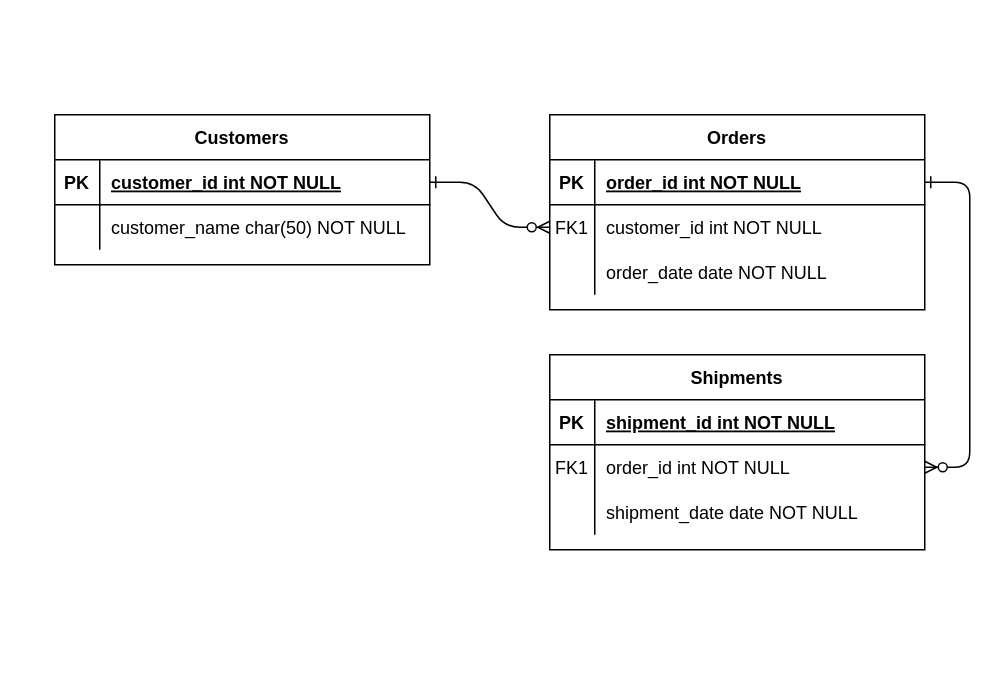
The draw.io diagram Untitled Diagram.drawio in ifffShang/5800-hw2, before the edit. Source tidied: cells renumbered, new cells numbered last; positions are measured from the earlier drawing's top-left corner, leaving out a move shared by most shapes. Both pictures are drawn from the tidied source at 150%, with x=0, y=0 at pixel (54, 114).
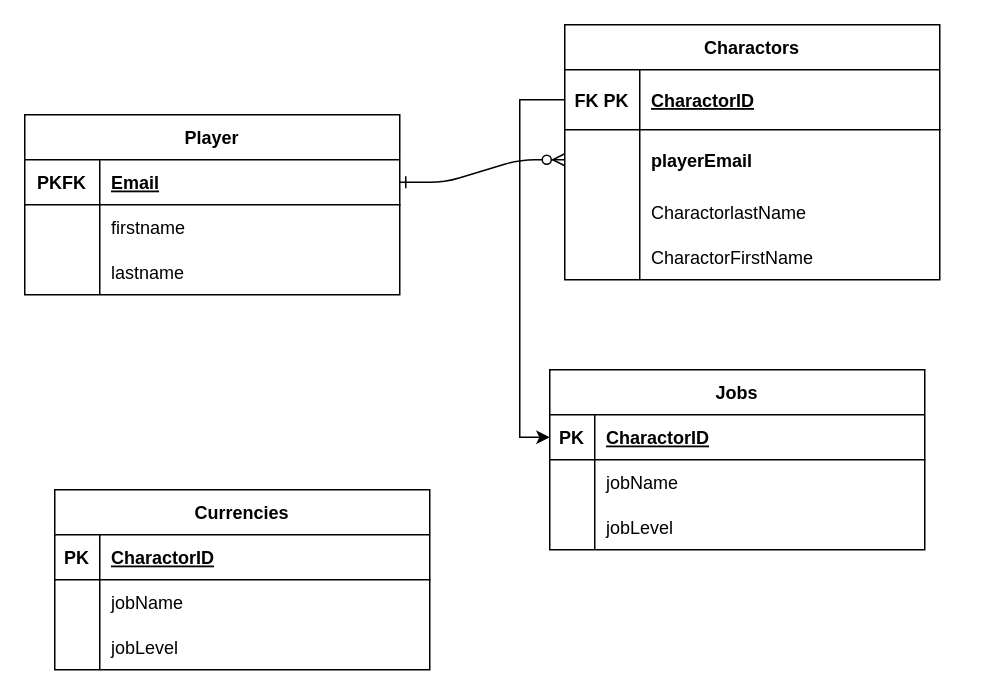
The same diagram, later.

The change refers to these unchanged cells:
```xml
<mxCell id="15" style="shape=partialRectangle;fillColor=none;points=[[0,0.5],[1,0.5]];portConstraint=eastwest;top=0;left=0;right=0;bottom=1;" parent="14" vertex="1">
  <mxGeometry y="30" width="250" height="30" as="geometry" />
</mxCell>
<mxCell id="18" style="shape=partialRectangle;fillColor=none;points=[[0,0.5],[1,0.5]];portConstraint=eastwest;top=0;left=0;right=0;bottom=0;" parent="14" vertex="1">
  <mxGeometry y="60" width="250" height="30" as="geometry" />
</mxCell>
<mxCell id="21" style="shape=partialRectangle;fillColor=none;top=0;left=0;right=0;bottom=0;" parent="14" vertex="1">
  <mxGeometry y="90" width="250" height="30" as="geometry" />
</mxCell>
<mxCell id="25" style="shape=partialRectangle;fillColor=none;points=[[0,0.5],[1,0.5]];portConstraint=eastwest;top=0;left=0;right=0;bottom=1;" parent="24" vertex="1">
  <mxGeometry y="30" width="250" height="30" as="geometry" />
</mxCell>
<mxCell id="28" style="shape=partialRectangle;fillColor=none;top=0;left=0;right=0;bottom=0;" parent="24" vertex="1">
  <mxGeometry y="60" width="250" height="30" as="geometry" />
</mxCell>
```

What changed in the source:
```diff
@@
-    <mxCell id="2" style="edgeStyle=entityRelationEdgeStyle;endArrow=ERzeroToMany;startArrow=ERone;endFill=1;startFill=0;" parent="1" edge="1" source="25" target="8">
+    <mxCell id="2" style="edgeStyle=entityRelationEdgeStyle;endArrow=ERzeroToMany;startArrow=ERone;endFill=1;startFill=0;entryX=0;entryY=0.5;entryDx=0;entryDy=0;" parent="1" edge="1" source="25" target="8">
       <mxGeometry relative="1" as="geometry" />
     </mxCell>
-    <mxCell id="3" style="edgeStyle=entityRelationEdgeStyle;endArrow=ERzeroToMany;startArrow=ERone;endFill=1;startFill=0;" parent="1" edge="1" source="5" target="18">
-      <mxGeometry relative="1" as="geometry" />
-    </mxCell>
-    <mxCell id="4" value="Orders" style="shape=table;startSize=30;childLayout=tableLayout;rowLines=0;fontStyle=1;align=center;" parent="1" vertex="1">
-      <mxGeometry x="330" width="250" height="130" as="geometry" />
+    <mxCell id="4" value="Charactors" style="shape=table;startSize=30;childLayout=tableLayout;rowLines=0;fontStyle=1;align=center;" parent="1" vertex="1">
+      <mxGeometry x="340" y="-60" width="250" height="170" as="geometry" />
     </mxCell>
     <mxCell id="5" style="shape=partialRectangle;fillColor=none;points=[[0,0.5],[1,0.5]];portConstraint=eastwest;top=0;left=0;right=0;bottom=1;" parent="4" vertex="1">
-      <mxGeometry y="30" width="250" height="30" as="geometry" />
+      <mxGeometry y="30" width="250" height="40" as="geometry" />
     </mxCell>
-    <mxCell id="6" value="PK" style="shape=partialRectangle;overflow=hidden;fillColor=none;top=0;left=0;bottom=0;right=0;fontStyle=1;" parent="5" vertex="1">
-      <mxGeometry width="30" height="30" as="geometry" />
+    <mxCell id="6" value="FK PK" style="shape=partialRectangle;overflow=hidden;fillColor=none;top=0;left=0;bottom=0;right=0;fontStyle=1;" parent="5" vertex="1">
+      <mxGeometry width="50" height="40" as="geometry" />
     </mxCell>
-    <mxCell id="7" value="order_id int NOT NULL " style="shape=partialRectangle;overflow=hidden;fillColor=none;top=0;left=0;bottom=0;right=0;align=left;spacingLeft=6;fontStyle=5;" parent="5" vertex="1">
-      <mxGeometry x="30" width="220" height="30" as="geometry" />
+    <mxCell id="7" value="CharactorID" style="shape=partialRectangle;overflow=hidden;fillColor=none;top=0;left=0;bottom=0;right=0;align=left;spacingLeft=6;fontStyle=5;" parent="5" vertex="1">
+      <mxGeometry x="50" width="200" height="40" as="geometry" />
     </mxCell>
     <mxCell id="8" style="shape=partialRectangle;fillColor=none;points=[[0,0.5],[1,0.5]];portConstraint=eastwest;top=0;left=0;right=0;bottom=0;" parent="4" vertex="1">
-      <mxGeometry y="60" width="250" height="30" as="geometry" />
+      <mxGeometry y="70" width="250" height="40" as="geometry" />
     </mxCell>
-    <mxCell id="9" value="FK1" style="shape=partialRectangle;overflow=hidden;fillColor=none;top=0;left=0;bottom=0;right=0;" parent="8" vertex="1">
-      <mxGeometry width="30" height="30" as="geometry" />
+    <mxCell id="9" style="shape=partialRectangle;overflow=hidden;fillColor=none;top=0;left=0;bottom=0;right=0;fontStyle=1;" parent="8" vertex="1">
+      <mxGeometry width="50" height="40" as="geometry" />
     </mxCell>
-    <mxCell id="10" value="customer_id int NOT NULL" style="shape=partialRectangle;overflow=hidden;fillColor=none;top=0;left=0;bottom=0;right=0;align=left;spacingLeft=6;" parent="8" vertex="1">
-      <mxGeometry x="30" width="220" height="30" as="geometry" />
+    <mxCell id="10" value="playerEmail" style="shape=partialRectangle;overflow=hidden;fillColor=none;top=0;left=0;bottom=0;right=0;align=left;spacingLeft=6;labelBorderColor=none;fontStyle=1;perimeterSpacing=2;" parent="8" vertex="1">
+      <mxGeometry x="50" width="200" height="40" as="geometry" />
     </mxCell>
     <mxCell id="11" style="shape=partialRectangle;fillColor=none;top=0;left=0;right=0;bottom=0;" parent="4" vertex="1">
-      <mxGeometry y="90" width="250" height="30" as="geometry" />
+      <mxGeometry y="110" width="250" height="30" as="geometry" />
     </mxCell>
     <mxCell id="12" style="shape=partialRectangle;overflow=hidden;fillColor=none;top=0;left=0;bottom=0;right=0;" parent="11" vertex="1">
-      <mxGeometry width="30" height="30" as="geometry" />
+      <mxGeometry width="50" height="30" as="geometry" />
     </mxCell>
-    <mxCell id="13" value="order_date date NOT NULL" style="shape=partialRectangle;overflow=hidden;fillColor=none;top=0;left=0;bottom=0;right=0;align=left;spacingLeft=6;" parent="11" vertex="1">
-      <mxGeometry x="30" width="220" height="30" as="geometry" />
+    <mxCell id="13" value="CharactorlastName" style="shape=partialRectangle;overflow=hidden;fillColor=none;top=0;left=0;bottom=0;right=0;align=left;spacingLeft=6;strokeColor=default;" parent="11" vertex="1">
+      <mxGeometry x="50" width="200" height="30" as="geometry" />
     </mxCell>
+    <mxCell id="31" style="shape=partialRectangle;fillColor=none;top=0;left=0;right=0;bottom=0;" parent="4" vertex="1">
+      <mxGeometry y="140" width="250" height="30" as="geometry" />
+    </mxCell>
+    <mxCell id="32" style="shape=partialRectangle;overflow=hidden;fillColor=none;top=0;left=0;bottom=0;right=0;" parent="31" vertex="1">
+      <mxGeometry width="50" height="30" as="geometry" />
+    </mxCell>
+    <mxCell id="33" value="CharactorFirstName" style="shape=partialRectangle;overflow=hidden;fillColor=none;top=0;left=0;bottom=0;right=0;align=left;spacingLeft=6;" parent="31" vertex="1">
+      <mxGeometry x="50" width="200" height="30" as="geometry" />
+    </mxCell>
-    <mxCell id="14" value="Shipments" style="shape=table;startSize=30;childLayout=tableLayout;rowLines=0;fontStyle=1;align=center;" parent="1" vertex="1">
-      <mxGeometry x="330" y="160" width="250" height="130" as="geometry" />
+    <mxCell id="14" value="Jobs" style="shape=table;startSize=30;childLayout=tableLayout;rowLines=0;fontStyle=1;align=center;" parent="1" vertex="1">
+      <mxGeometry x="330" y="170" width="250" height="120" as="geometry" />
     </mxCell>
@@
-    <mxCell id="17" value="shipment_id int NOT NULL " style="shape=partialRectangle;overflow=hidden;fillColor=none;top=0;left=0;bottom=0;right=0;align=left;spacingLeft=6;fontStyle=5;" parent="15" vertex="1">
+    <mxCell id="17" value="CharactorID" style="shape=partialRectangle;overflow=hidden;fillColor=none;top=0;left=0;bottom=0;right=0;align=left;spacingLeft=6;fontStyle=5;" parent="15" vertex="1">
       <mxGeometry x="30" width="220" height="30" as="geometry" />
     </mxCell>
@@
-    <mxCell id="19" value="FK1" style="shape=partialRectangle;overflow=hidden;fillColor=none;top=0;left=0;bottom=0;right=0;" parent="18" vertex="1">
+    <mxCell id="19" style="shape=partialRectangle;overflow=hidden;fillColor=none;top=0;left=0;bottom=0;right=0;" parent="18" vertex="1">
       <mxGeometry width="30" height="30" as="geometry" />
     </mxCell>
-    <mxCell id="20" value="order_id int NOT NULL" style="shape=partialRectangle;overflow=hidden;fillColor=none;top=0;left=0;bottom=0;right=0;align=left;spacingLeft=6;" parent="18" vertex="1">
+    <mxCell id="20" value="jobName" style="shape=partialRectangle;overflow=hidden;fillColor=none;top=0;left=0;bottom=0;right=0;align=left;spacingLeft=6;" parent="18" vertex="1">
       <mxGeometry x="30" width="220" height="30" as="geometry" />
     </mxCell>
@@
-    <mxCell id="23" value="shipment_date date NOT NULL" style="shape=partialRectangle;overflow=hidden;fillColor=none;top=0;left=0;bottom=0;right=0;align=left;spacingLeft=6;" parent="21" vertex="1">
+    <mxCell id="23" value="jobLevel" style="shape=partialRectangle;overflow=hidden;fillColor=none;top=0;left=0;bottom=0;right=0;align=left;spacingLeft=6;" parent="21" vertex="1">
       <mxGeometry x="30" width="220" height="30" as="geometry" />
     </mxCell>
-    <mxCell id="24" value="Customers" style="shape=table;startSize=30;childLayout=tableLayout;rowLines=0;fontStyle=1;align=center;" parent="1" vertex="1">
-      <mxGeometry width="250" height="100" as="geometry" />
+    <mxCell id="24" value="Player" style="shape=table;startSize=30;childLayout=tableLayout;rowLines=0;fontStyle=1;align=center;" parent="1" vertex="1">
+      <mxGeometry x="-20" width="250" height="120" as="geometry" />
     </mxCell>
@@
-    <mxCell id="26" value="PK" style="shape=partialRectangle;overflow=hidden;fillColor=none;top=0;left=0;bottom=0;right=0;fontStyle=1;" parent="25" vertex="1">
-      <mxGeometry width="30" height="30" as="geometry" />
+    <mxCell id="26" value="PKFK" style="shape=partialRectangle;overflow=hidden;fillColor=none;top=0;left=0;bottom=0;right=0;fontStyle=1;" parent="25" vertex="1">
+      <mxGeometry width="50" height="30" as="geometry" />
     </mxCell>
-    <mxCell id="27" value="customer_id int NOT NULL " style="shape=partialRectangle;overflow=hidden;fillColor=none;top=0;left=0;bottom=0;right=0;align=left;spacingLeft=6;fontStyle=5;" parent="25" vertex="1">
-      <mxGeometry x="30" width="220" height="30" as="geometry" />
+    <mxCell id="27" value="Email" style="shape=partialRectangle;overflow=hidden;fillColor=none;top=0;left=0;bottom=0;right=0;align=left;spacingLeft=6;fontStyle=5;" parent="25" vertex="1">
+      <mxGeometry x="50" width="200" height="30" as="geometry" />
     </mxCell>
@@
     <mxCell id="29" style="shape=partialRectangle;overflow=hidden;fillColor=none;top=0;left=0;bottom=0;right=0;" parent="28" vertex="1">
-      <mxGeometry width="30" height="30" as="geometry" />
+      <mxGeometry width="50" height="30" as="geometry" />
     </mxCell>
-    <mxCell id="30" value="customer_name char(50) NOT NULL" style="shape=partialRectangle;overflow=hidden;fillColor=none;top=0;left=0;bottom=0;right=0;align=left;spacingLeft=6;" parent="28" vertex="1">
-      <mxGeometry x="30" width="220" height="30" as="geometry" />
+    <mxCell id="30" value="firstname" style="shape=partialRectangle;overflow=hidden;fillColor=none;top=0;left=0;bottom=0;right=0;align=left;spacingLeft=6;" parent="28" vertex="1">
+      <mxGeometry x="50" width="200" height="30" as="geometry" />
     </mxCell>
+    <mxCell id="34" style="shape=partialRectangle;fillColor=none;top=0;left=0;right=0;bottom=0;" parent="24" vertex="1">
+      <mxGeometry y="90" width="250" height="30" as="geometry" />
+    </mxCell>
+    <mxCell id="35" style="shape=partialRectangle;overflow=hidden;fillColor=none;top=0;left=0;bottom=0;right=0;" parent="34" vertex="1">
+      <mxGeometry width="50" height="30" as="geometry" />
+    </mxCell>
+    <mxCell id="36" value="lastname" style="shape=partialRectangle;overflow=hidden;fillColor=none;top=0;left=0;bottom=0;right=0;align=left;spacingLeft=6;" parent="34" vertex="1">
+      <mxGeometry x="50" width="200" height="30" as="geometry" />
+    </mxCell>
+    <mxCell id="37" value="Currencies" style="shape=table;startSize=30;childLayout=tableLayout;rowLines=0;fontStyle=1;align=center;" parent="1" vertex="1">
+      <mxGeometry y="250" width="250" height="120" as="geometry" />
+    </mxCell>
+    <mxCell id="38" style="shape=partialRectangle;fillColor=none;top=0;left=0;right=0;bottom=1;" parent="37" vertex="1">
+      <mxGeometry y="30" width="250" height="30" as="geometry" />
+    </mxCell>
+    <mxCell id="39" value="PK" style="shape=partialRectangle;overflow=hidden;fillColor=none;top=0;left=0;bottom=0;right=0;fontStyle=1;" parent="38" vertex="1">
+      <mxGeometry width="30" height="30" as="geometry" />
+    </mxCell>
+    <mxCell id="40" value="CharactorID" style="shape=partialRectangle;overflow=hidden;fillColor=none;top=0;left=0;bottom=0;right=0;align=left;spacingLeft=6;fontStyle=5;" parent="38" vertex="1">
+      <mxGeometry x="30" width="220" height="30" as="geometry" />
+    </mxCell>
+    <mxCell id="41" style="shape=partialRectangle;fillColor=none;top=0;left=0;right=0;bottom=0;" parent="37" vertex="1">
+      <mxGeometry y="60" width="250" height="30" as="geometry" />
+    </mxCell>
+    <mxCell id="42" style="shape=partialRectangle;overflow=hidden;fillColor=none;top=0;left=0;bottom=0;right=0;" parent="41" vertex="1">
+      <mxGeometry width="30" height="30" as="geometry" />
+    </mxCell>
+    <mxCell id="43" value="jobName" style="shape=partialRectangle;overflow=hidden;fillColor=none;top=0;left=0;bottom=0;right=0;align=left;spacingLeft=6;" parent="41" vertex="1">
+      <mxGeometry x="30" width="220" height="30" as="geometry" />
+    </mxCell>
+    <mxCell id="44" style="shape=partialRectangle;fillColor=none;top=0;left=0;right=0;bottom=0;" parent="37" vertex="1">
+      <mxGeometry y="90" width="250" height="30" as="geometry" />
+    </mxCell>
+    <mxCell id="45" style="shape=partialRectangle;overflow=hidden;fillColor=none;top=0;left=0;bottom=0;right=0;" parent="44" vertex="1">
+      <mxGeometry width="30" height="30" as="geometry" />
+    </mxCell>
+    <mxCell id="46" value="jobLevel" style="shape=partialRectangle;overflow=hidden;fillColor=none;top=0;left=0;bottom=0;right=0;align=left;spacingLeft=6;" parent="44" vertex="1">
+      <mxGeometry x="30" width="220" height="30" as="geometry" />
+    </mxCell>
+    <mxCell id="47" style="edgeStyle=orthogonalEdgeStyle;rounded=0;jettySize=auto;html=1;exitX=0;exitY=0.5;exitDx=0;exitDy=0;entryX=0;entryY=0.5;entryDx=0;entryDy=0;" parent="1" edge="1" source="5" target="15">
+      <mxGeometry relative="1" as="geometry" />
+    </mxCell>
```
